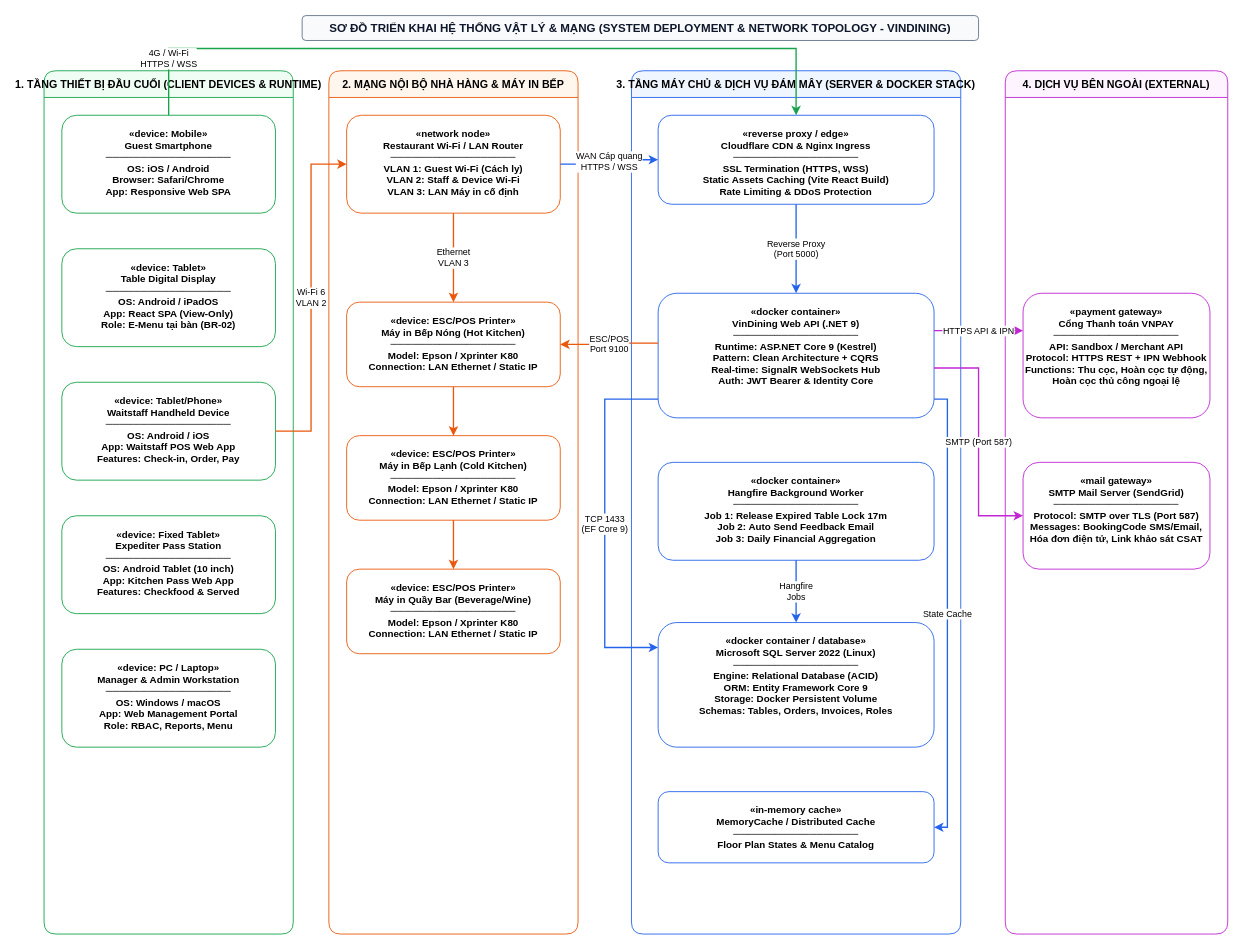
AndrewQng/VinDining keeps this draw.io diagram as docs/phase1/drawio/deployment_architecture.drawio. Above is the earlier version. Source tidied: cells renumbered, new cells numbered last; positions are measured from the earlier drawing's top-left corner, leaving out a move shared by most shapes. Both pictures are drawn from the tidied source at 89%, with x=0, y=0 at pixel (44, 15).
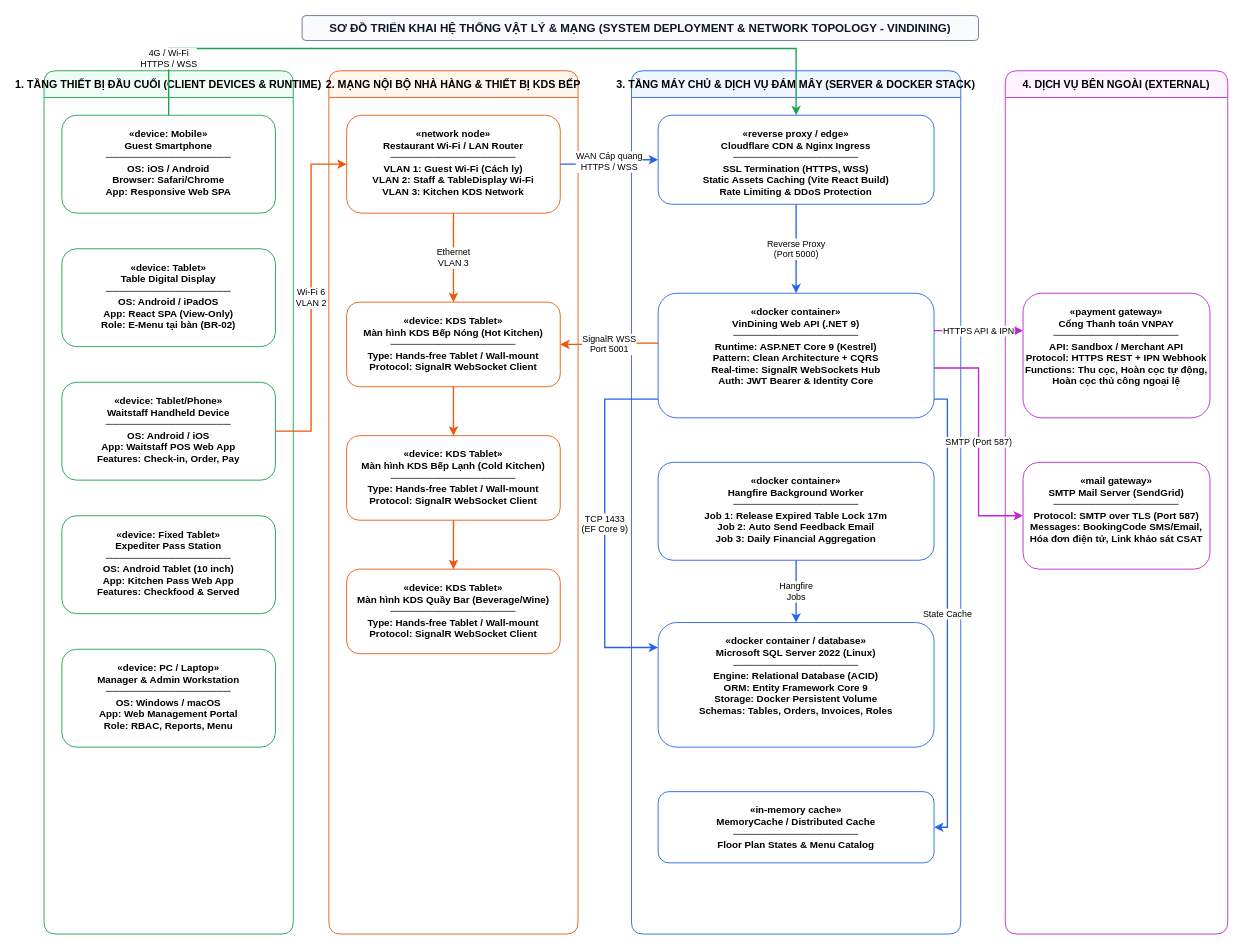
The same page after the edit.

The change refers to these unchanged cells:
```xml
<mxCell id="16" value="«docker container»&#10;VinDining Web API (.NET 9)&#10;──────────────────&#10;Runtime: ASP.NET Core 9 (Kestrel)&#10;Pattern: Clean Architecture + CQRS&#10;Real-time: SignalR WebSockets Hub&#10;Auth: JWT Bearer &amp; Identity Core" style="verticalAlign=top;align=center;spacingTop=8;fillColor=#ffffff;strokeColor=#2563eb;rounded=1;fontStyle=1;fontSize=11;" parent="14" vertex="1">
  <mxGeometry x="30" y="250" width="310" height="140" as="geometry" />
</mxCell>
```

What changed in the source:
```diff
@@
-    <mxCell id="9" value="2. MẠNG NỘI BỘ NHÀ HÀNG &amp; MÁY IN BẾP" style="swimlane;startSize=30;fillColor=#fff7ed;strokeColor=#ea580c;fontStyle=1;rounded=1;fontSize=12;" parent="1" vertex="1">
+    <mxCell id="9" value="2. MẠNG NỘI BỘ NHÀ HÀNG &amp; THIẾT BỊ KDS BẾP" style="swimlane;startSize=30;fillColor=#fff7ed;strokeColor=#ea580c;fontStyle=1;rounded=1;fontSize=12;" parent="1" vertex="1">
       <mxGeometry x="320" y="62" width="280" height="970" as="geometry" />
     </mxCell>
-    <mxCell id="10" value="«network node»&#10;Restaurant Wi-Fi / LAN Router&#10;──────────────────&#10;VLAN 1: Guest Wi-Fi (Cách ly)&#10;VLAN 2: Staff &amp; Device Wi-Fi&#10;VLAN 3: LAN Máy in cố định" style="verticalAlign=top;align=center;spacingTop=8;fillColor=#ffffff;strokeColor=#ea580c;rounded=1;fontStyle=1;fontSize=11;" parent="9" vertex="1">
+    <mxCell id="10" value="«network node»&#10;Restaurant Wi-Fi / LAN Router&#10;──────────────────&#10;VLAN 1: Guest Wi-Fi (Cách ly)&#10;VLAN 2: Staff &amp; TableDisplay Wi-Fi&#10;VLAN 3: Kitchen KDS Network" style="verticalAlign=top;align=center;spacingTop=8;fillColor=#ffffff;strokeColor=#ea580c;rounded=1;fontStyle=1;fontSize=11;" parent="9" vertex="1">
       <mxGeometry x="20" y="50" width="240" height="110" as="geometry" />
     </mxCell>
-    <mxCell id="11" value="«device: ESC/POS Printer»&#10;Máy in Bếp Nóng (Hot Kitchen)&#10;──────────────────&#10;Model: Epson / Xprinter K80&#10;Connection: LAN Ethernet / Static IP" style="verticalAlign=top;align=center;spacingTop=8;fillColor=#ffffff;strokeColor=#ea580c;rounded=1;fontStyle=1;fontSize=11;" parent="9" vertex="1">
+    <mxCell id="11" value="«device: KDS Tablet»&#10;Màn hình KDS Bếp Nóng (Hot Kitchen)&#10;──────────────────&#10;Type: Hands-free Tablet / Wall-mount&#10;Protocol: SignalR WebSocket Client" style="verticalAlign=top;align=center;spacingTop=8;fillColor=#ffffff;strokeColor=#ea580c;rounded=1;fontStyle=1;fontSize=11;" parent="9" vertex="1">
       <mxGeometry x="20" y="260" width="240" height="95" as="geometry" />
     </mxCell>
-    <mxCell id="12" value="«device: ESC/POS Printer»&#10;Máy in Bếp Lạnh (Cold Kitchen)&#10;──────────────────&#10;Model: Epson / Xprinter K80&#10;Connection: LAN Ethernet / Static IP" style="verticalAlign=top;align=center;spacingTop=8;fillColor=#ffffff;strokeColor=#ea580c;rounded=1;fontStyle=1;fontSize=11;" parent="9" vertex="1">
+    <mxCell id="12" value="«device: KDS Tablet»&#10;Màn hình KDS Bếp Lạnh (Cold Kitchen)&#10;──────────────────&#10;Type: Hands-free Tablet / Wall-mount&#10;Protocol: SignalR WebSocket Client" style="verticalAlign=top;align=center;spacingTop=8;fillColor=#ffffff;strokeColor=#ea580c;rounded=1;fontStyle=1;fontSize=11;" parent="9" vertex="1">
       <mxGeometry x="20" y="410" width="240" height="95" as="geometry" />
     </mxCell>
-    <mxCell id="13" value="«device: ESC/POS Printer»&#10;Máy in Quầy Bar (Beverage/Wine)&#10;──────────────────&#10;Model: Epson / Xprinter K80&#10;Connection: LAN Ethernet / Static IP" style="verticalAlign=top;align=center;spacingTop=8;fillColor=#ffffff;strokeColor=#ea580c;rounded=1;fontStyle=1;fontSize=11;" parent="9" vertex="1">
+    <mxCell id="13" value="«device: KDS Tablet»&#10;Màn hình KDS Quầy Bar (Beverage/Wine)&#10;──────────────────&#10;Type: Hands-free Tablet / Wall-mount&#10;Protocol: SignalR WebSocket Client" style="verticalAlign=top;align=center;spacingTop=8;fillColor=#ffffff;strokeColor=#ea580c;rounded=1;fontStyle=1;fontSize=11;" parent="9" vertex="1">
       <mxGeometry x="20" y="560" width="240" height="95" as="geometry" />
     </mxCell>
@@
-    <mxCell id="30" value="ESC/POS&#10;Port 9100" style="edgeStyle=orthogonalEdgeStyle;rounded=0;strokeColor=#ea580c;strokeWidth=1.5;html=1;fontSize=10;labelBackgroundColor=#ffffff;exitX=0;exitY=0.4;entryX=1;entryY=0.5;" parent="1" edge="1" source="16" target="11">
+    <mxCell id="30" value="SignalR WSS&#10;Port 5001" style="edgeStyle=orthogonalEdgeStyle;rounded=0;strokeColor=#ea580c;strokeWidth=1.5;html=1;fontSize=10;labelBackgroundColor=#ffffff;exitX=0;exitY=0.4;entryX=1;entryY=0.5;" parent="1" edge="1" source="16" target="11">
       <mxGeometry relative="1" as="geometry" />
     </mxCell>
```
